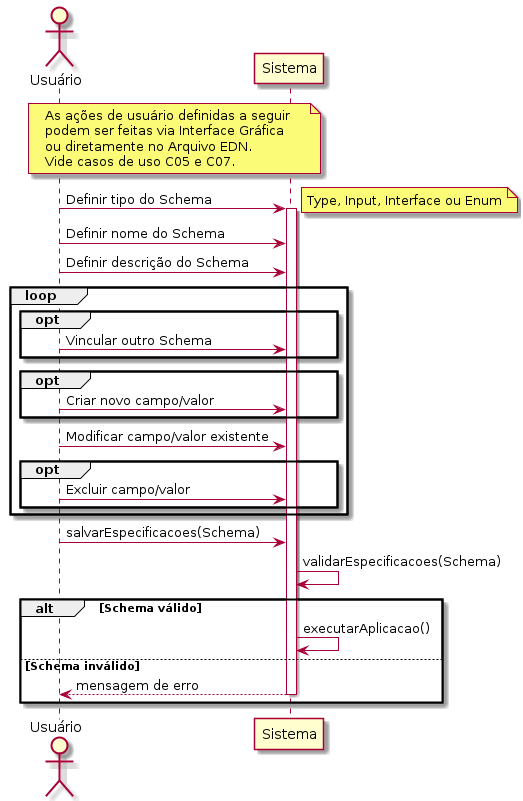
This is Artefatos/Diagramas/Sequência/C03.png from ICEI-PUC-Minas-PPLES-TI/plf-es-2022-1-tcci-5308100-dev-marlon-silva, a PlantUML export, as it was before one commit.
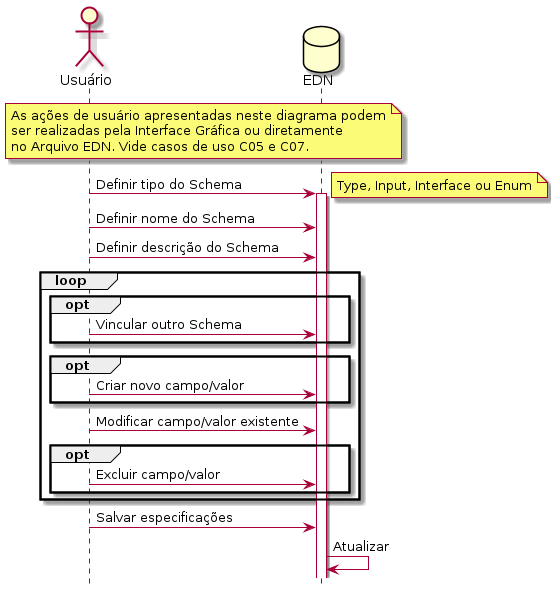
The same file after the commit.

The edit, as a diff of the source:
```diff
@@ -1,48 +1,43 @@
-@startuml
+@startuml c03
 
-actor Usuário as usr
-participant Sistema as sys
+hide footbox
 
-note over usr, sys
-    As ações de usuário definidas a seguir
-    podem ser feitas via Interface Gráfica
-    ou diretamente no Arquivo EDN.
-    Vide casos de uso C05 e C07.
+actor "Usuário" as usr
+database "EDN" as edn
+
+note over usr, edn
+    As ações de usuário apresentadas neste diagrama podem
+    ser realizadas pela Interface Gráfica ou diretamente
+    no Arquivo EDN. Vide casos de uso C05 e C07.
 end note
 
-usr -> sys: Definir tipo do Schema
-activate sys
+usr -> edn: Definir tipo do Schema
+activate edn
 
 note right
     Type, Input, Interface ou Enum
 end note
 
-usr -> sys: Definir nome do Schema
-usr -> sys: Definir descrição do Schema
+usr -> edn: Definir nome do Schema
+usr -> edn: Definir descrição do Schema
 
 loop
     opt
-        usr -> sys: Vincular outro Schema
+        usr -> edn: Vincular outro Schema
     end
     opt
-        usr -> sys: Criar novo campo/valor
+        usr -> edn: Criar novo campo/valor
     end
 
-    usr -> sys: Modificar campo/valor existente
+    usr -> edn: Modificar campo/valor existente
 
     opt
-        usr -> sys: Excluir campo/valor
+        usr -> edn: Excluir campo/valor
     end
 end
 
-usr -> sys: salvarEspecificacoes(Schema)
-sys -> sys: validarEspecificacoes(Schema)
+usr -> edn: Salvar especificações
 
-alt Schema válido
-    sys -> sys: executarAplicacao()
-else Schema inválido
-    sys --> usr: mensagem de erro
-    deactivate sys
-end
+edn -> edn : Atualizar
 
 @enduml
```
